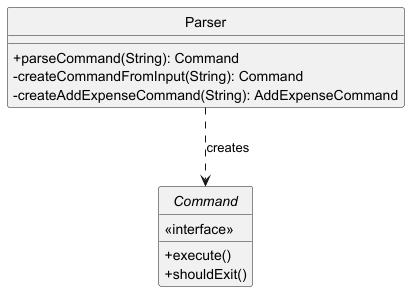
Earlier version of the PlantUML export docs/diagrams/Parser_ClassDiagram.png (EdwinTun98/tp).
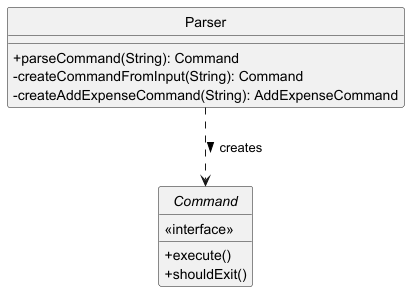
After the commit.

Commit message:
Added association arrows in all class diagrams

Diff of the diagram source:
```diff
@@ -14,5 +14,5 @@
   + shouldExit()
 }
 
-Parser ..> Command : creates
+Parser ..> Command : creates >
 @enduml
```
